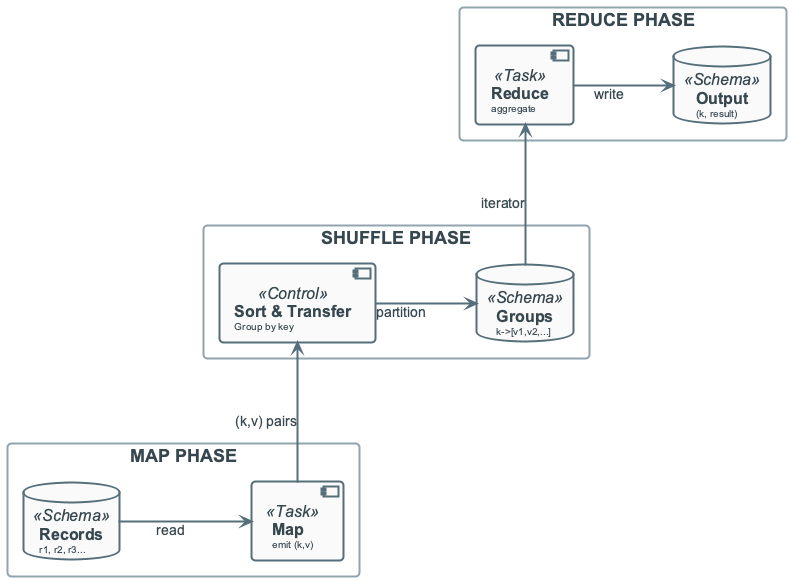
Earlier version of the PlantUML export diagrams/week03/week3_lecture_slide22_execution_flow.png (OrPerets/data-engineering-course).
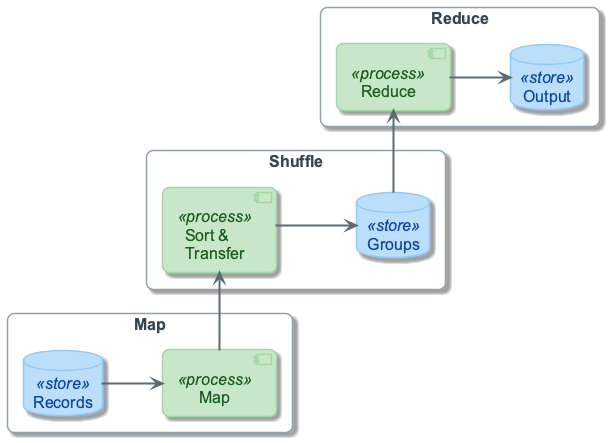
After the commit.

Diff of the diagram source:
```diff
@@ -1,26 +1,30 @@
 @startuml
 !include ../_template_styles.puml
+!include _week3_visual_style.puml
+
 left to right direction
+skinparam nodesep 70
+skinparam ranksep 60
 
-rectangle "MAP PHASE" #FFFFFF {
-    database "**Records**\n<size:10>r1, r2, r3...</size>" as RECS <<Schema>>
-    component "**Map**\n<size:10>emit (k,v)</size>" as MAP_FN <<Task>>
-    RECS -down-> MAP_FN : read
+rectangle "Map" as MAP_PHASE {
+  database "Records" as RECS <<store>>
+  component "Map" as MAP_FN <<process>>
+  RECS -down-> MAP_FN
 }
 
-rectangle "SHUFFLE PHASE" #FFFFFF {
-    component "**Sort & Transfer**\n<size:10>Group by key</size>" as SORT_XFER <<Control>>
-    database "**Groups**\n<size:10>k->[v1,v2,...]</size>" as GROUPS <<Schema>>
-    SORT_XFER -down-> GROUPS : partition
+rectangle "Shuffle" as SHUFFLE_PHASE {
+  component "Sort &\nTransfer" as SORT_XFER <<process>>
+  database "Groups" as GROUPS <<store>>
+  SORT_XFER -down-> GROUPS
 }
 
-rectangle "REDUCE PHASE" #FFFFFF {
-    component "**Reduce**\n<size:10>aggregate</size>" as RED <<Task>>
-    database "**Output**\n<size:10>(k, result)</size>" as OUT <<Schema>>
-    RED -down-> OUT : write
+rectangle "Reduce" as REDUCE_PHASE {
+  component "Reduce" as RED <<process>>
+  database "Output" as OUT <<store>>
+  RED -down-> OUT
 }
 
-MAP_FN -right-> SORT_XFER : (k,v) pairs
-GROUPS -right-> RED : iterator
+MAP_FN -right-> SORT_XFER
+GROUPS -right-> RED
 
 @enduml
```
